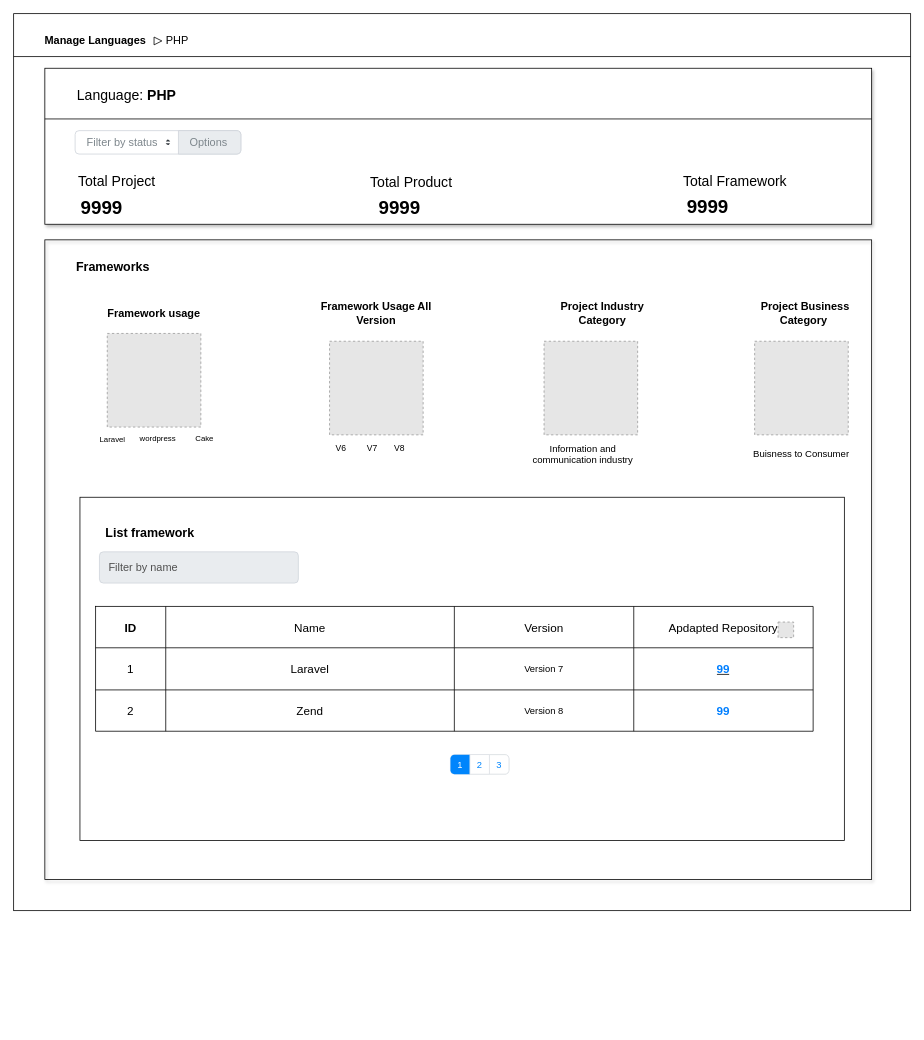
The draw.io diagram Untitled Diagram.drawio in khoanld-2442/abc, before the edit. Source tidied: cells renumbered, new cells numbered last; positions are measured from the earlier drawing's top-left corner, leaving out a move shared by most shapes. Both pictures are drawn from the tidied source at 78%, with x=0, y=0 at pixel (13, 13). Pictures stored in the file or linked from it are replaced by grey dashed boxes.
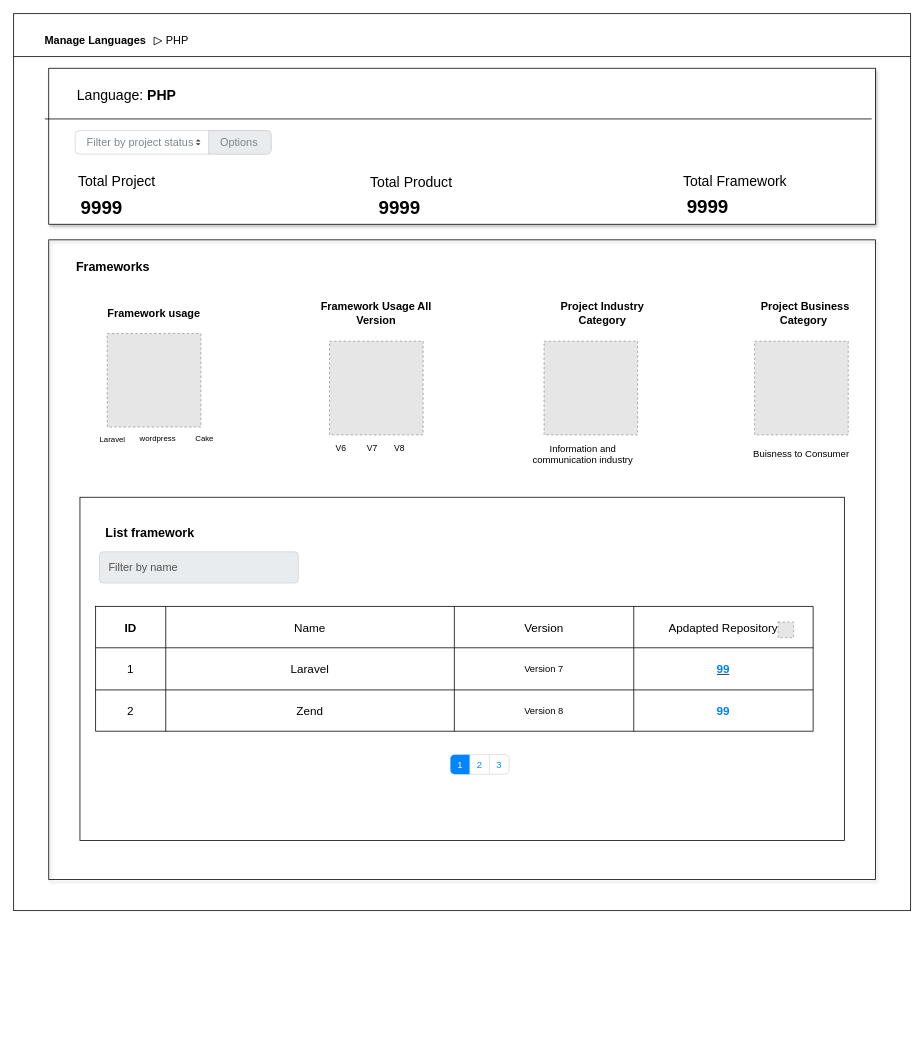
Above is the later version.

Change to the diagram source:
```diff
@@
     <mxCell id="3" style="rounded=0;whiteSpace=wrap;html=1;glass=0;sketch=0;shadow=1;" parent="1" vertex="1">
-      <mxGeometry x="40" y="70" width="1060" height="200" as="geometry" />
+      <mxGeometry x="45" y="70" width="1060" height="200" as="geometry" />
     </mxCell>
@@
-    <mxCell id="26" value="Filter by status" style="html=1;shadow=0;dashed=0;shape=mxgraph.bootstrap.rrect;rSize=5;strokeColor=#CED4DA;html=1;whiteSpace=wrap;fillColor=#FFFFFF;fontColor=#7D868C;align=left;spacing=15;fontSize=14;rounded=1;" parent="1" vertex="1">
-      <mxGeometry x="78.8" y="150" width="212.5" height="30" as="geometry" />
+    <mxCell id="26" value="Filter by project status" style="html=1;shadow=0;dashed=0;shape=mxgraph.bootstrap.rrect;rSize=5;strokeColor=#CED4DA;html=1;whiteSpace=wrap;fillColor=#FFFFFF;fontColor=#7D868C;align=left;spacing=15;fontSize=14;rounded=1;" parent="1" vertex="1">
+      <mxGeometry x="78.8" y="150" width="251.2" height="30" as="geometry" />
     </mxCell>
@@
     <mxCell id="66" style="rounded=0;whiteSpace=wrap;html=1;labelBackgroundColor=#FFFFFF;sketch=0;fontFamily=Helvetica;fontSize=11;fontColor=#000000;fillColor=none;shadow=1;" parent="1" vertex="1">
-      <mxGeometry x="40" y="290" width="1060" height="820" as="geometry" />
+      <mxGeometry x="45" y="290" width="1060" height="820" as="geometry" />
     </mxCell>
```
